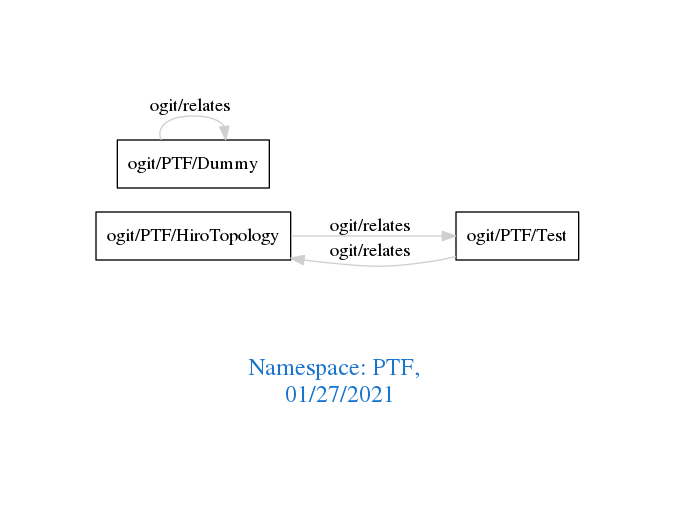
This is downloads/PTF.png from arago/OGIT, a Graphviz export, as it was before one commit. Its source is kept beside it as downloads/PTF.dot.
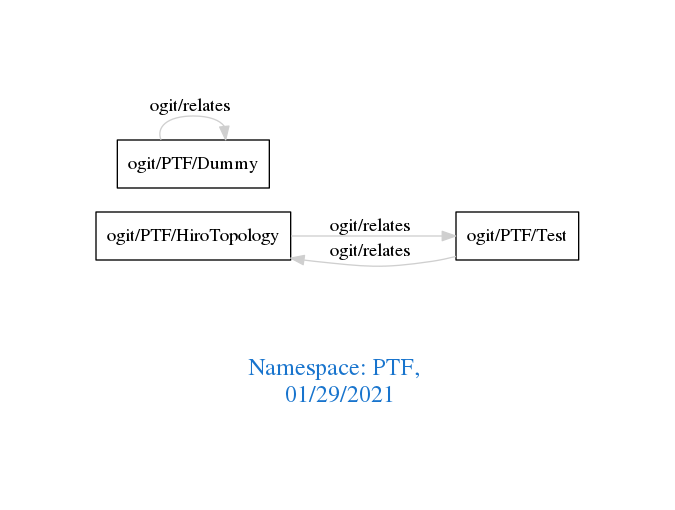
Above is the later version.

Diff of the diagram source:
```diff
@@ -1,7 +1,7 @@
 digraph OGIT_ontology {
  graph [ rankdir= LR,pad=1
 fontsize = 18,
-fontcolor= dodgerblue3,label = "\n\n\nNamespace: PTF, \n 01/27/2021"];
+fontcolor= dodgerblue3,label = "\n\n\nNamespace: PTF, \n 01/29/2021"];
 node[shape=polygon];
 edge [  color="gray81"];
 
```
